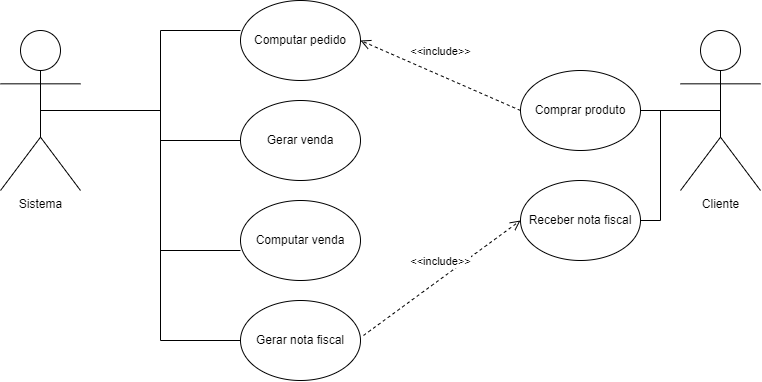
This is CS3.drawio.png from Zaibam/Desenvolvimento-De-Sistemas-1, a draw.io export, as it was before one commit. Source tidied: cells renumbered, new cells last; positions are measured from the earlier drawing's top-left corner, leaving out a move shared by most shapes.
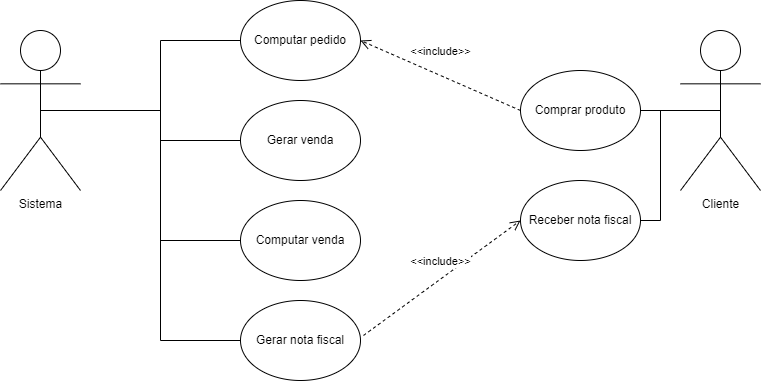
Above is the later version.

The edit, as a diff of the source:
```diff
@@ -32,10 +32,10 @@
     <mxCell id="11" value="Gerar venda" style="ellipse;whiteSpace=wrap;html=1;" parent="1" vertex="1">
       <mxGeometry x="240" y="100" width="120" height="80" as="geometry" />
     </mxCell>
-    <mxCell id="12" style="edgeStyle=orthogonalEdgeStyle;rounded=0;jettySize=auto;html=1;exitX=0.5;exitY=0.5;exitDx=0;exitDy=0;exitPerimeter=0;entryX=0;entryY=0.375;entryDx=0;entryDy=0;entryPerimeter=0;endArrow=none;endFill=0;" parent="1" edge="1" source="4" target="6">
+    <mxCell id="12" style="edgeStyle=orthogonalEdgeStyle;rounded=0;jettySize=auto;html=1;exitX=0.5;exitY=0.5;exitDx=0;exitDy=0;exitPerimeter=0;entryX=0;entryY=0.5;entryDx=0;entryDy=0;endArrow=none;endFill=0;" parent="1" edge="1" source="4" target="6">
       <mxGeometry relative="1" as="geometry" />
     </mxCell>
-    <mxCell id="13" style="edgeStyle=orthogonalEdgeStyle;rounded=0;jettySize=auto;html=1;exitX=0.5;exitY=0.5;exitDx=0;exitDy=0;exitPerimeter=0;entryX=0;entryY=0.625;entryDx=0;entryDy=0;entryPerimeter=0;endArrow=none;endFill=0;" parent="1" edge="1" source="4" target="10">
+    <mxCell id="13" style="edgeStyle=orthogonalEdgeStyle;rounded=0;jettySize=auto;html=1;exitX=0.5;exitY=0.5;exitDx=0;exitDy=0;exitPerimeter=0;entryX=0;entryY=0.5;entryDx=0;entryDy=0;endArrow=none;endFill=0;" parent="1" edge="1" source="4" target="10">
       <mxGeometry relative="1" as="geometry" />
     </mxCell>
     <mxCell id="14" value="&amp;lt;&amp;lt;include&amp;gt;&amp;gt;" style="html=1;verticalAlign=bottom;endArrow=open;dashed=1;endSize=8;curved=0;rounded=0;entryX=1;entryY=0.5;entryDx=0;entryDy=0;exitX=0;exitY=0.5;exitDx=0;exitDy=0;" parent="1" edge="1" source="8" target="6">
```
